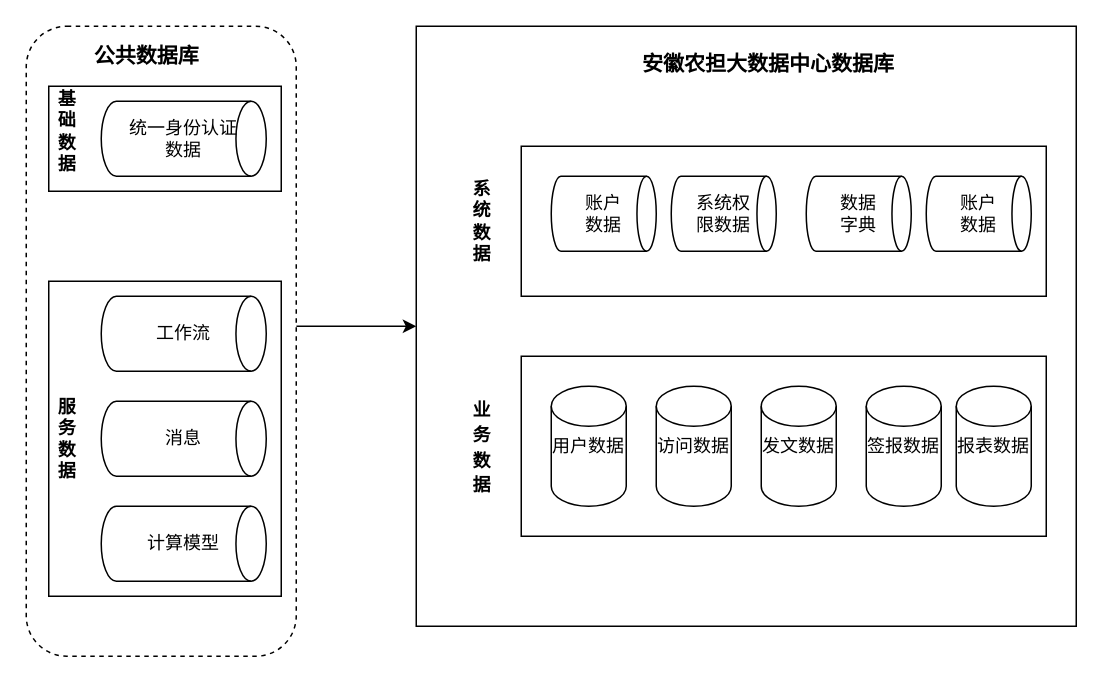
Earlier version of the draw.io diagram 项目/数据共享机制.drawio (dancheng0/DrawioRepo). Source tidied: cells renumbered, new cells numbered last; positions are measured from the earlier drawing's top-left corner, leaving out a move shared by most shapes. Both pictures are drawn from the tidied source at 150%, with x=0, y=0 at pixel (26, 26).
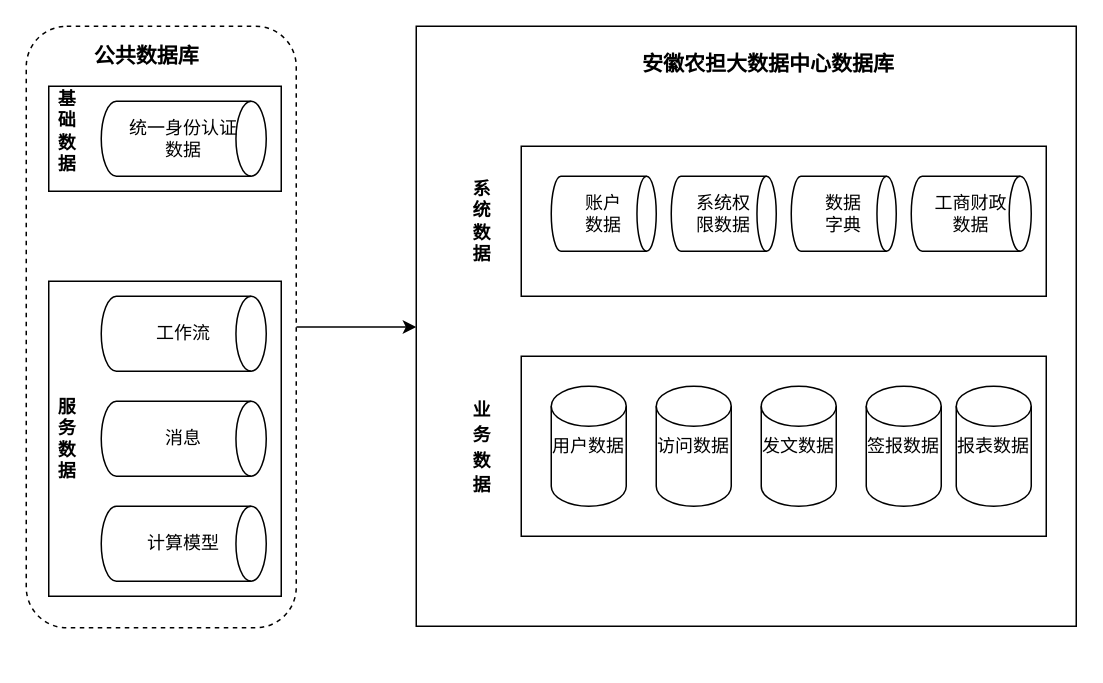
The same diagram, later.

Commit message:
更新数据共享机制.drawio

What changed in the source:
```diff
@@
     <mxCell id="3" style="rounded=1;whiteSpace=wrap;html=1;dashed=1;align=center;labelPosition=center;verticalLabelPosition=top;verticalAlign=bottom;" parent="1" vertex="1">
-      <mxGeometry width="180" height="420" as="geometry" />
+      <mxGeometry width="180" height="401" as="geometry" />
     </mxCell>
@@
     <mxCell id="19" value="数据&lt;br&gt;字典" style="strokeWidth=1;html=1;shape=mxgraph.flowchart.direct_data;whiteSpace=wrap;" parent="1" vertex="1">
-      <mxGeometry x="520" y="100" width="70" height="50" as="geometry" />
+      <mxGeometry x="510" y="100" width="70" height="50" as="geometry" />
     </mxCell>
-    <mxCell id="20" value="账户&lt;br&gt;数据" style="strokeWidth=1;html=1;shape=mxgraph.flowchart.direct_data;whiteSpace=wrap;" parent="1" vertex="1">
-      <mxGeometry x="600" y="100" width="70" height="50" as="geometry" />
+    <mxCell id="20" value="工商财政&lt;br&gt;数据" style="strokeWidth=1;html=1;shape=mxgraph.flowchart.direct_data;whiteSpace=wrap;" parent="1" vertex="1">
+      <mxGeometry x="590" y="100" width="80" height="50" as="geometry" />
     </mxCell>
```
